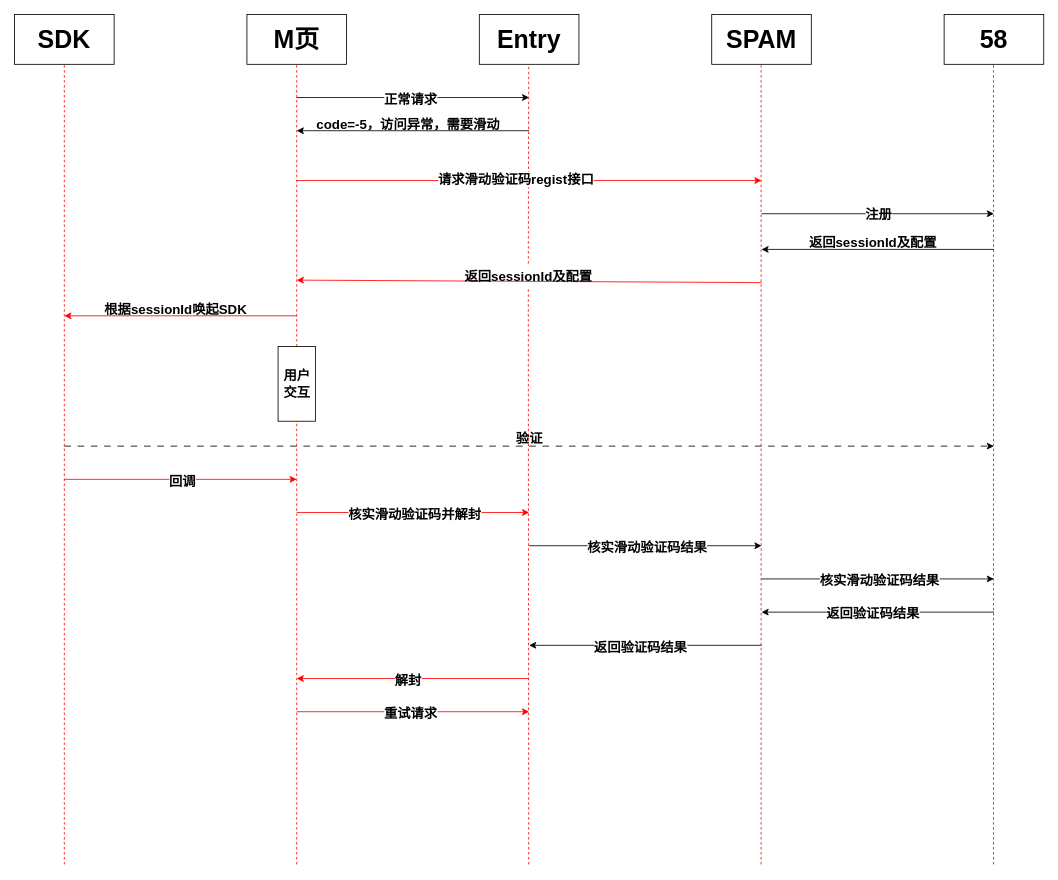
Above: tech/entry/反爬滑动验证码.drawio in zhuanzhuan-tech/arch-draw-io (draw.io), before the change. Source tidied: cells renumbered, new cells numbered last; positions are measured from the earlier drawing's top-left corner, leaving out a move shared by most shapes. Both pictures are drawn from the tidied source at 83%, with x=0, y=0 at pixel (14, 14).
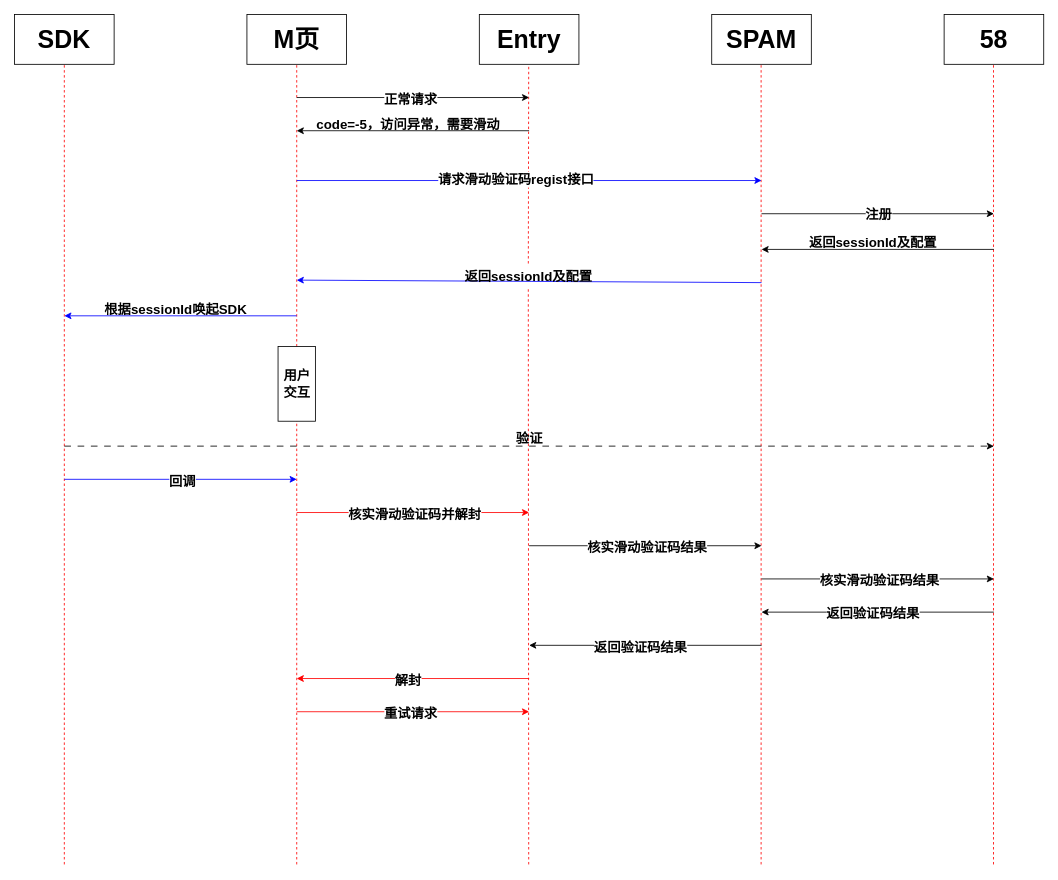
The same diagram, later.

Commit message:
更新反爬滑动验证码.drawio

The edit, as a diff of the source:
```diff
@@
-    <mxCell id="16" style="endArrow=classic;html=1;rounded=0;strokeColor=#FF0000;fontStyle=1;fontSize=16;" parent="1" edge="1">
+    <mxCell id="16" style="endArrow=classic;html=1;rounded=0;strokeColor=#0000FF;fontStyle=1;fontSize=16;" parent="1" edge="1">
       <mxGeometry relative="1" as="geometry">
         <mxPoint x="340" y="200" as="sourcePoint" />
         <mxPoint x="900" y="200" as="targetPoint" />
       </mxGeometry>
     </mxCell>
@@
-    <mxCell id="22" style="endArrow=classic;html=1;rounded=0;strokeColor=#FF0000;fontStyle=1;fontSize=16;" parent="1" edge="1">
+    <mxCell id="22" style="endArrow=classic;html=1;rounded=0;strokeColor=#0000FF;fontStyle=1;fontSize=16;" parent="1" edge="1">
       <mxGeometry relative="1" as="geometry">
         <mxPoint x="900" y="323" as="sourcePoint" />
         <mxPoint x="340" y="320" as="targetPoint" />
       </mxGeometry>
     </mxCell>
@@
-    <mxCell id="25" style="endArrow=classic;html=1;rounded=0;strokeColor=#FF0000;fontStyle=1;fontSize=16;" parent="1" edge="1">
+    <mxCell id="25" style="endArrow=classic;html=1;rounded=0;strokeColor=#0000FF;fontStyle=1;fontSize=16;" parent="1" edge="1">
       <mxGeometry relative="1" as="geometry">
         <mxPoint x="340" y="363" as="sourcePoint" />
         <mxPoint x="60" y="363" as="targetPoint" />
       </mxGeometry>
     </mxCell>
@@
-    <mxCell id="44" style="endArrow=classic;html=1;rounded=0;strokeColor=#FF0000;fontStyle=1;fontSize=16;" parent="1" edge="1">
+    <mxCell id="44" style="endArrow=classic;html=1;rounded=0;strokeColor=#0000FF;fontStyle=1;fontSize=16;" parent="1" edge="1">
       <mxGeometry relative="1" as="geometry">
         <mxPoint x="60" y="560" as="sourcePoint" />
         <mxPoint x="340" y="560" as="targetPoint" />
       </mxGeometry>
     </mxCell>
```
